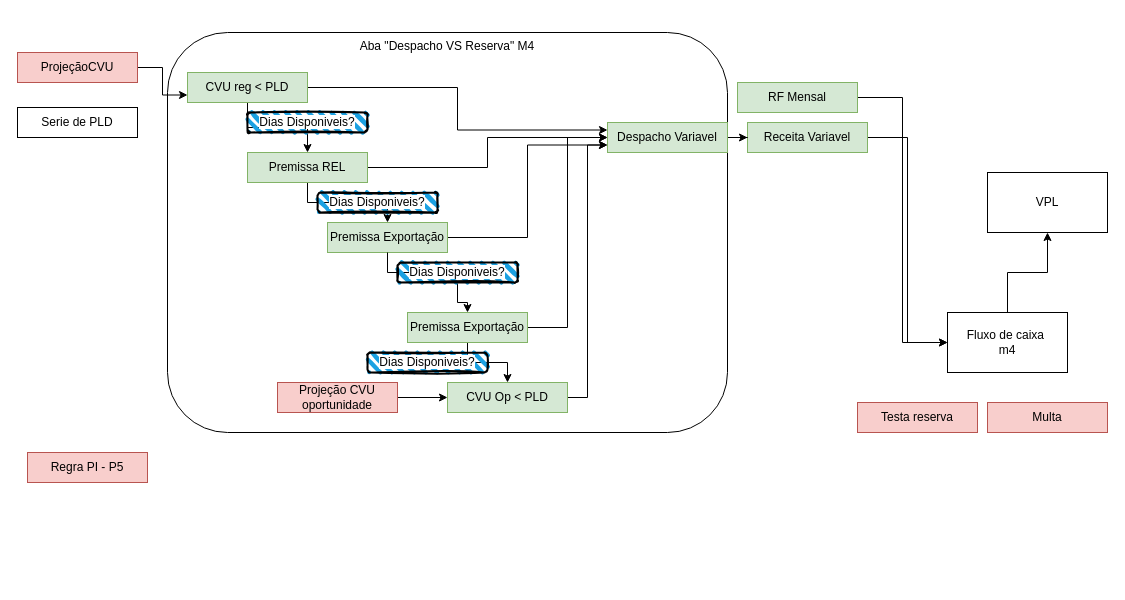
This is CO.drawio from thais-alves-carvalho/thaisalves, a draw.io file, before an edit. Source tidied: cells renumbered, new cells numbered last; positions are measured from the earlier drawing's top-left corner, leaving out a move shared by most shapes. Both pictures are drawn from the tidied source at 100%, with x=0, y=0 at pixel (17, 32).
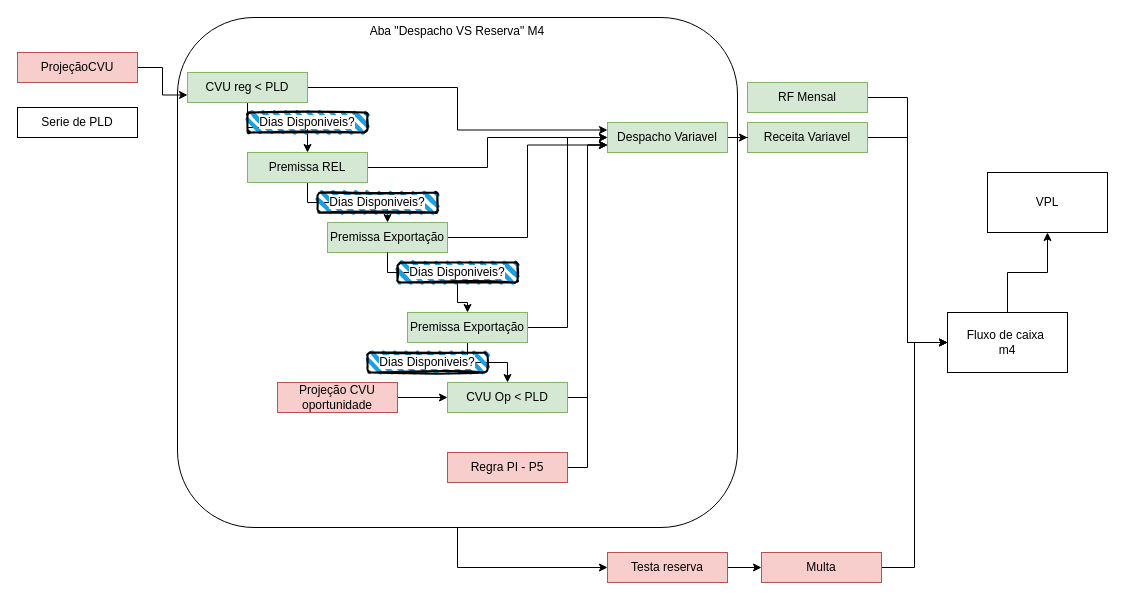
The same page after the edit.

The change refers to these unchanged cells:
```xml
<mxCell id="5" value="Fluxo de caixa&amp;nbsp;&lt;div&gt;m4&lt;/div&gt;" style="rounded=0;whiteSpace=wrap;html=1;" parent="1" vertex="1">
  <mxGeometry x="930" y="280" width="120" height="60" as="geometry" />
</mxCell>
<mxCell id="11" value="Despacho Variavel" style="rounded=0;whiteSpace=wrap;html=1;fillColor=#d5e8d4;strokeColor=#82b366;" parent="1" vertex="1">
  <mxGeometry x="590" y="90" width="120" height="30" as="geometry" />
</mxCell>
```

Diff of the diagram source:
```diff
@@
+    <mxCell id="39" style="edgeStyle=orthogonalEdgeStyle;rounded=0;jettySize=auto;html=1;entryX=0;entryY=0.5;entryDx=0;entryDy=0;" parent="1" edge="1" source="2" target="36">
+      <mxGeometry relative="1" as="geometry" />
+    </mxCell>
     <mxCell id="2" value="Aba &quot;Despacho VS Reserva&quot; M4" style="rounded=1;whiteSpace=wrap;html=1;verticalAlign=top;" parent="1" vertex="1">
-      <mxGeometry x="150" width="560" height="400" as="geometry" />
+      <mxGeometry x="160" y="-15" width="560" height="510" as="geometry" />
     </mxCell>
@@
     <mxCell id="7" value="RF Mensal" style="rounded=0;whiteSpace=wrap;html=1;fillColor=#d5e8d4;strokeColor=#82b366;" parent="1" vertex="1">
-      <mxGeometry x="720" y="50" width="120" height="30" as="geometry" />
+      <mxGeometry x="730" y="50" width="120" height="30" as="geometry" />
     </mxCell>
@@
+    <mxCell id="40" style="edgeStyle=orthogonalEdgeStyle;rounded=0;jettySize=auto;html=1;" parent="1" edge="1" source="36" target="37">
+      <mxGeometry relative="1" as="geometry" />
+    </mxCell>
     <mxCell id="36" value="Testa reserva" style="rounded=0;whiteSpace=wrap;html=1;fillColor=#f8cecc;strokeColor=#b85450;" parent="1" vertex="1">
-      <mxGeometry x="840" y="370" width="120" height="30" as="geometry" />
+      <mxGeometry x="590" y="520" width="120" height="30" as="geometry" />
     </mxCell>
+    <mxCell id="41" style="edgeStyle=orthogonalEdgeStyle;rounded=0;jettySize=auto;html=1;entryX=0;entryY=0.5;entryDx=0;entryDy=0;" parent="1" edge="1" source="37" target="5">
+      <mxGeometry relative="1" as="geometry" />
+    </mxCell>
     <mxCell id="37" value="Multa" style="rounded=0;whiteSpace=wrap;html=1;fillColor=#f8cecc;strokeColor=#b85450;" parent="1" vertex="1">
-      <mxGeometry x="970" y="370" width="120" height="30" as="geometry" />
+      <mxGeometry x="744" y="520" width="120" height="30" as="geometry" />
     </mxCell>
+    <mxCell id="42" style="edgeStyle=orthogonalEdgeStyle;rounded=0;jettySize=auto;html=1;entryX=0;entryY=0.75;entryDx=0;entryDy=0;" parent="1" edge="1" source="38" target="11">
+      <mxGeometry relative="1" as="geometry" />
+    </mxCell>
     <mxCell id="38" value="Regra PI - P5" style="rounded=0;whiteSpace=wrap;html=1;fillColor=#f8cecc;strokeColor=#b85450;" parent="1" vertex="1">
-      <mxGeometry x="10" y="420" width="120" height="30" as="geometry" />
+      <mxGeometry x="430" y="420" width="120" height="30" as="geometry" />
     </mxCell>
```
